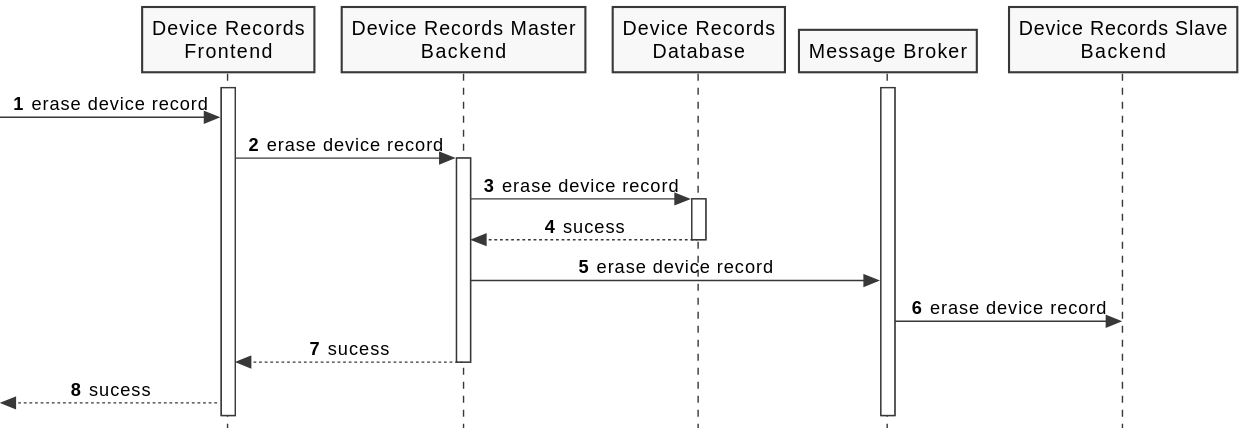
FilipeMCruz/sensae-console keeps this PlantUML diagram as docs/diagrams/process-view-level2-uc05.svg. Above is the earlier version.
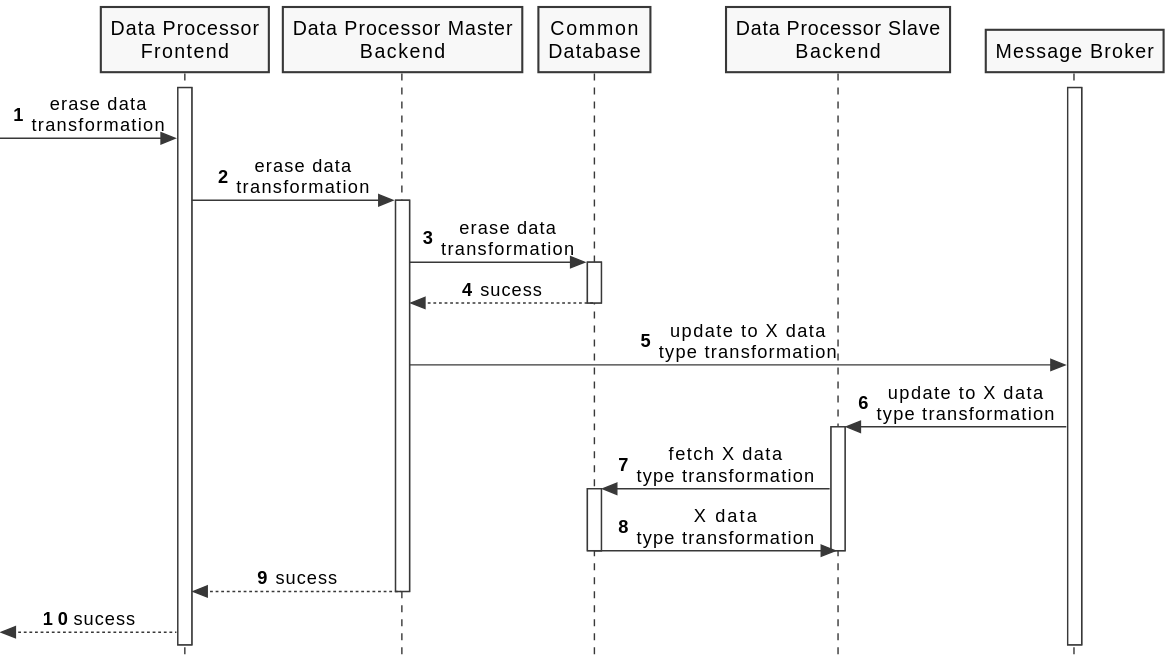
The same file after the commit.

Diff of the diagram source:
```diff
@@ -7,30 +7,38 @@
 
 autonumber 1
 
-participant "Device Records\nFrontend" as DRF
-participant "Device Records Master\nBackend" as DRMB
-participant "Device Records\nDatabase" as DRDB
+participant "Data Processor\nFrontend" as DRF
+participant "Data Processor Master\nBackend" as DRMB
+participant "Common\nDatabase" as DRDB
+participant "Data Processor Slave\nBackend" as DRSB
 participant "Message Broker" as MB
-participant "Device Records Slave\nBackend" as DRSB
 
 activate MB
 activate DRF
 
--> DRF: erase device record
+-> DRF: erase data\ntransformation
 
-DRF -> DRMB: erase device record
+DRF -> DRMB: erase data\ntransformation
 activate DRMB
 
-DRMB -> DRDB: erase device record
+DRMB -> DRDB: erase data\ntransformation
 activate DRDB
 
 DRDB --> DRMB: sucess
 deactivate DRDB
 
-DRMB -> MB: erase device record
+DRMB -> MB: update to X  data\ntype transformation
 
-MB -> DRSB: erase device record
+MB -> DRSB: update to X  data\ntype transformation
+activate DRSB
 
+DRSB -> DRDB: fetch X  data\ntype transformation
+activate DRDB
+
+DRDB -> DRSB: X  data\ntype transformation
+deactivate DRDB
+
+deactivate DRSB
 DRMB --> DRF: sucess
 
 deactivate DRMB
```
